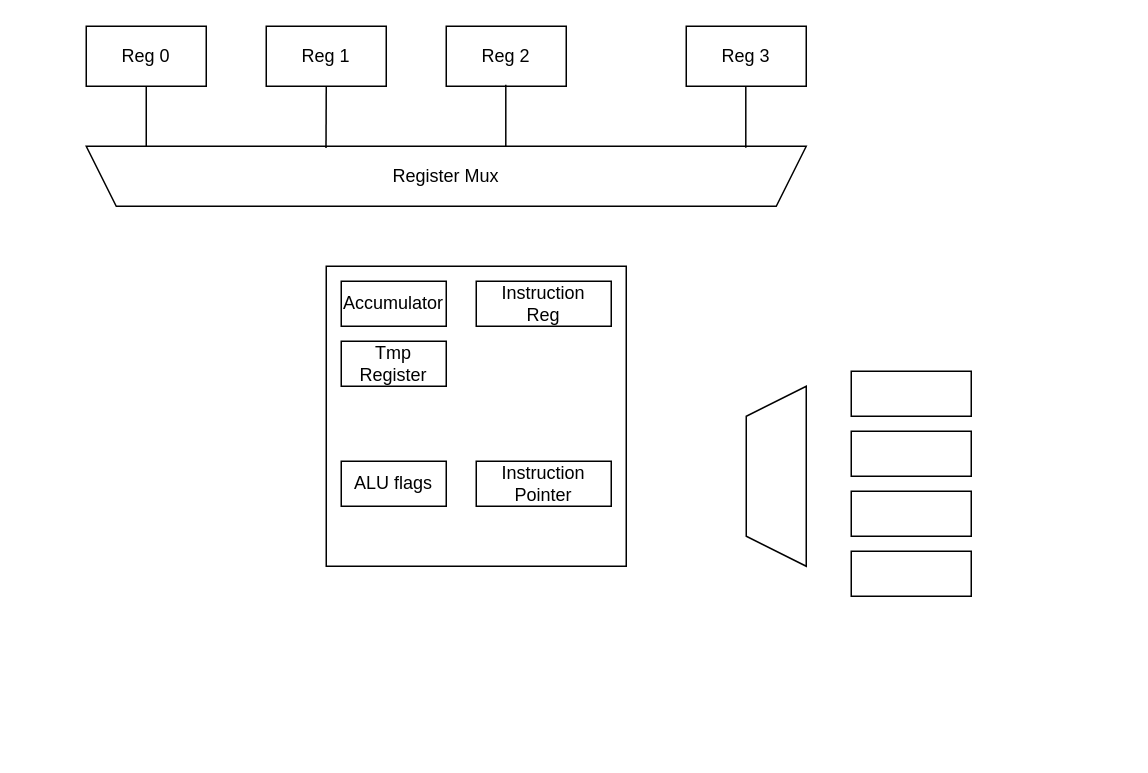
Before: Untitled Diagram.drawio in raghunadh-111/nibbler-cpu-sv, a draw.io diagram. Source tidied: cells renumbered, new cells numbered last; positions are measured from the earlier drawing's top-left corner, leaving out a move shared by most shapes. Both pictures are drawn from the tidied source at 150%, with x=0, y=0 at pixel (86, 26).
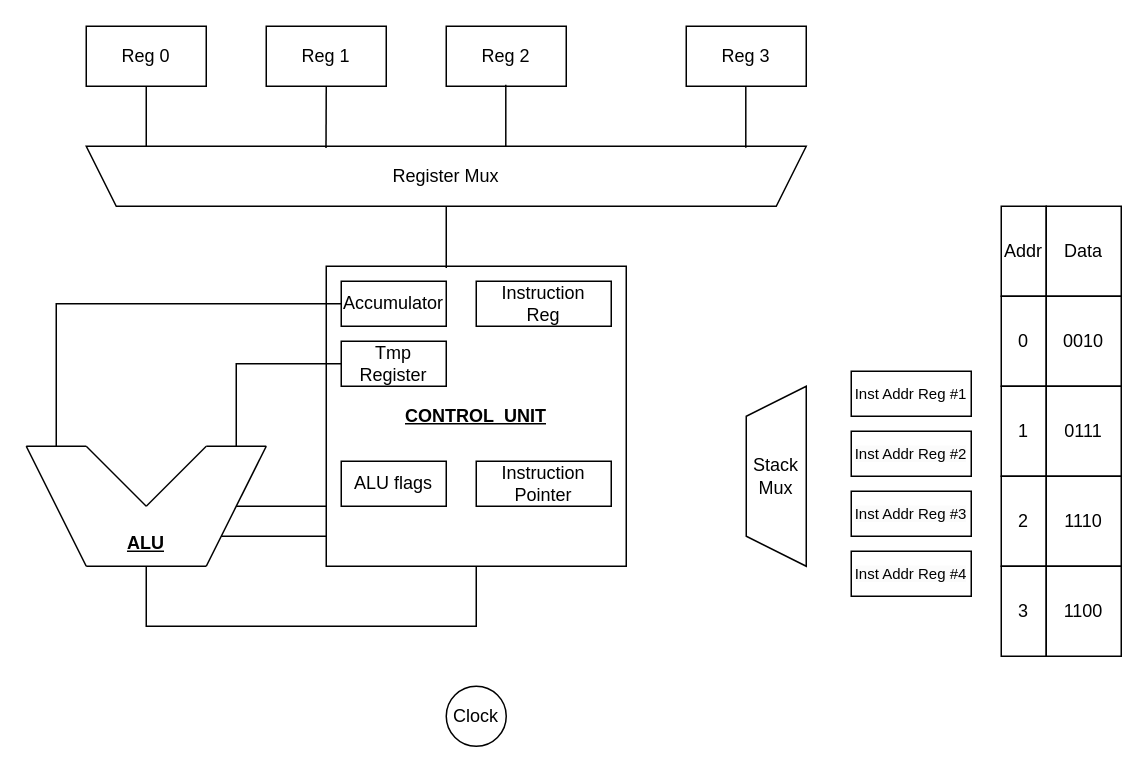
The same diagram, later.

The change refers to these unchanged cells:
```xml
<mxCell id="12" value="Accumulator" style="rounded=0;whiteSpace=wrap;html=1;" parent="1" vertex="1">
  <mxGeometry x="170" y="170" width="70" height="30" as="geometry" />
</mxCell>
<mxCell id="13" value="Tmp Register" style="rounded=0;whiteSpace=wrap;html=1;" parent="1" vertex="1">
  <mxGeometry x="170" y="210" width="70" height="30" as="geometry" />
</mxCell>
```

Change to the diagram source:
```diff
@@
-    <mxCell id="11" style="whiteSpace=wrap;html=1;" parent="1" vertex="1">
+    <mxCell id="11" value="&lt;b&gt;&lt;u&gt;CONTROL&amp;nbsp; UNIT&lt;/u&gt;&lt;/b&gt;" style="whiteSpace=wrap;html=1;" parent="1" vertex="1">
       <mxGeometry x="160" y="160" width="200" height="200" as="geometry" />
     </mxCell>
@@
-    <mxCell id="17" style="shape=trapezoid;perimeter=trapezoidPerimeter;whiteSpace=wrap;html=1;fixedSize=1;direction=north;" parent="1" vertex="1">
+    <mxCell id="17" value="Stack Mux" style="shape=trapezoid;perimeter=trapezoidPerimeter;whiteSpace=wrap;html=1;fixedSize=1;direction=north;" parent="1" vertex="1">
       <mxGeometry x="440" y="240" width="40" height="120" as="geometry" />
     </mxCell>
-    <mxCell id="18" style="rounded=0;whiteSpace=wrap;html=1;" parent="1" vertex="1">
+    <mxCell id="18" value="&lt;font style=&quot;font-size: 10px;&quot;&gt;Inst Addr Reg #1&lt;/font&gt;" style="rounded=0;whiteSpace=wrap;html=1;" parent="1" vertex="1">
       <mxGeometry x="510" y="230" width="80" height="30" as="geometry" />
     </mxCell>
-    <mxCell id="19" style="rounded=0;whiteSpace=wrap;html=1;" parent="1" vertex="1">
+    <mxCell id="19" value="&lt;br&gt;&lt;span style=&quot;color: rgb(0, 0, 0); font-family: Helvetica; font-size: 10px; font-style: normal; font-variant-ligatures: normal; font-variant-caps: normal; font-weight: 400; letter-spacing: normal; orphans: 2; text-align: center; text-indent: 0px; text-transform: none; widows: 2; word-spacing: 0px; -webkit-text-stroke-width: 0px; white-space: normal; background-color: rgb(251, 251, 251); text-decoration-thickness: initial; text-decoration-style: initial; text-decoration-color: initial; display: inline !important; float: none;&quot;&gt;Inst Addr Reg #2&lt;/span&gt;&lt;div&gt;&lt;br/&gt;&lt;/div&gt;" style="rounded=0;whiteSpace=wrap;html=1;" parent="1" vertex="1">
       <mxGeometry x="510" y="270" width="80" height="30" as="geometry" />
     </mxCell>
-    <mxCell id="20" style="rounded=0;whiteSpace=wrap;html=1;" parent="1" vertex="1">
+    <mxCell id="20" value="&lt;br&gt;&lt;span style=&quot;color: rgb(0, 0, 0); font-family: Helvetica; font-size: 10px; font-style: normal; font-variant-ligatures: normal; font-variant-caps: normal; font-weight: 400; letter-spacing: normal; orphans: 2; text-align: center; text-indent: 0px; text-transform: none; widows: 2; word-spacing: 0px; -webkit-text-stroke-width: 0px; white-space: normal; background-color: rgb(251, 251, 251); text-decoration-thickness: initial; text-decoration-style: initial; text-decoration-color: initial; display: inline !important; float: none;&quot;&gt;Inst Addr Reg #3&lt;/span&gt;&lt;div&gt;&lt;br/&gt;&lt;/div&gt;" style="rounded=0;whiteSpace=wrap;html=1;" parent="1" vertex="1">
       <mxGeometry x="510" y="310" width="80" height="30" as="geometry" />
     </mxCell>
-    <mxCell id="21" style="rounded=0;whiteSpace=wrap;html=1;" parent="1" vertex="1">
+    <mxCell id="21" value="&lt;br&gt;&lt;span style=&quot;color: rgb(0, 0, 0); font-family: Helvetica; font-size: 10px; font-style: normal; font-variant-ligatures: normal; font-variant-caps: normal; font-weight: 400; letter-spacing: normal; orphans: 2; text-align: center; text-indent: 0px; text-transform: none; widows: 2; word-spacing: 0px; -webkit-text-stroke-width: 0px; white-space: normal; background-color: rgb(251, 251, 251); text-decoration-thickness: initial; text-decoration-style: initial; text-decoration-color: initial; display: inline !important; float: none;&quot;&gt;Inst Addr Reg #4&lt;/span&gt;&lt;div&gt;&lt;br/&gt;&lt;/div&gt;" style="rounded=0;whiteSpace=wrap;html=1;" parent="1" vertex="1">
       <mxGeometry x="510" y="350" width="80" height="30" as="geometry" />
     </mxCell>
+    <mxCell id="22" style="endArrow=none;html=1;rounded=0;exitX=0.2;exitY=0.006;exitDx=0;exitDy=0;exitPerimeter=0;" parent="1" edge="1">
+      <mxGeometry relative="1" as="geometry">
+        <mxPoint x="240" y="161.2" as="sourcePoint" />
+        <mxPoint x="240" y="120" as="targetPoint" />
+      </mxGeometry>
+    </mxCell>
+    <mxCell id="23" value="Addr" style="rounded=0;whiteSpace=wrap;html=1;" parent="1" vertex="1">
+      <mxGeometry x="610" y="120" width="30" height="60" as="geometry" />
+    </mxCell>
+    <mxCell id="24" value="Data" style="rounded=0;whiteSpace=wrap;html=1;" parent="1" vertex="1">
+      <mxGeometry x="640" y="120" width="50" height="60" as="geometry" />
+    </mxCell>
+    <mxCell id="25" value="0" style="rounded=0;whiteSpace=wrap;html=1;" parent="1" vertex="1">
+      <mxGeometry x="610" y="180" width="30" height="60" as="geometry" />
+    </mxCell>
+    <mxCell id="26" value="0010" style="rounded=0;whiteSpace=wrap;html=1;" parent="1" vertex="1">
+      <mxGeometry x="640" y="180" width="50" height="60" as="geometry" />
+    </mxCell>
+    <mxCell id="27" value="1" style="rounded=0;whiteSpace=wrap;html=1;" parent="1" vertex="1">
+      <mxGeometry x="610" y="240" width="30" height="60" as="geometry" />
+    </mxCell>
+    <mxCell id="28" value="0111" style="rounded=0;whiteSpace=wrap;html=1;" parent="1" vertex="1">
+      <mxGeometry x="640" y="240" width="50" height="60" as="geometry" />
+    </mxCell>
+    <mxCell id="29" value="2" style="rounded=0;whiteSpace=wrap;html=1;" parent="1" vertex="1">
+      <mxGeometry x="610" y="300" width="30" height="60" as="geometry" />
+    </mxCell>
+    <mxCell id="30" value="1110" style="rounded=0;whiteSpace=wrap;html=1;" parent="1" vertex="1">
+      <mxGeometry x="640" y="300" width="50" height="60" as="geometry" />
+    </mxCell>
+    <mxCell id="31" value="3" style="rounded=0;whiteSpace=wrap;html=1;" parent="1" vertex="1">
+      <mxGeometry x="610" y="360" width="30" height="60" as="geometry" />
+    </mxCell>
+    <mxCell id="32" value="1100" style="rounded=0;whiteSpace=wrap;html=1;" parent="1" vertex="1">
+      <mxGeometry x="640" y="360" width="50" height="60" as="geometry" />
+    </mxCell>
+    <mxCell id="33" style="endArrow=none;html=1;rounded=0;" parent="1" edge="1">
+      <mxGeometry relative="1" as="geometry">
+        <mxPoint y="360" as="sourcePoint" />
+        <mxPoint x="-40" y="280" as="targetPoint" />
+      </mxGeometry>
+    </mxCell>
+    <mxCell id="34" style="endArrow=none;html=1;rounded=0;" parent="1" edge="1">
+      <mxGeometry relative="1" as="geometry">
+        <mxPoint x="80" y="360" as="sourcePoint" />
+        <mxPoint x="120" y="280" as="targetPoint" />
+      </mxGeometry>
+    </mxCell>
+    <mxCell id="35" style="endArrow=none;html=1;rounded=0;" parent="1" edge="1">
+      <mxGeometry relative="1" as="geometry">
+        <mxPoint x="-40" y="280" as="sourcePoint" />
+        <mxPoint y="280" as="targetPoint" />
+      </mxGeometry>
+    </mxCell>
+    <mxCell id="36" style="endArrow=none;html=1;rounded=0;" parent="1" edge="1">
+      <mxGeometry relative="1" as="geometry">
+        <mxPoint y="360" as="sourcePoint" />
+        <mxPoint x="80" y="360" as="targetPoint" />
+      </mxGeometry>
+    </mxCell>
+    <mxCell id="37" style="endArrow=none;html=1;rounded=0;" parent="1" edge="1">
+      <mxGeometry relative="1" as="geometry">
+        <mxPoint x="80" y="280" as="sourcePoint" />
+        <mxPoint x="120" y="280" as="targetPoint" />
+      </mxGeometry>
+    </mxCell>
+    <mxCell id="38" style="endArrow=none;html=1;rounded=0;" parent="1" edge="1">
+      <mxGeometry relative="1" as="geometry">
+        <mxPoint x="40" y="320" as="sourcePoint" />
+        <mxPoint y="280" as="targetPoint" />
+      </mxGeometry>
+    </mxCell>
+    <mxCell id="39" style="endArrow=none;html=1;rounded=0;" parent="1" edge="1">
+      <mxGeometry relative="1" as="geometry">
+        <mxPoint x="40" y="320" as="sourcePoint" />
+        <mxPoint x="80" y="280" as="targetPoint" />
+      </mxGeometry>
+    </mxCell>
+    <mxCell id="40" value="&lt;b&gt;&lt;u&gt;ALU&lt;/u&gt;&lt;/b&gt;" style="text;html=1;align=center;verticalAlign=middle;whiteSpace=wrap;rounded=0;" parent="1" vertex="1">
+      <mxGeometry x="10" y="330" width="60" height="30" as="geometry" />
+    </mxCell>
+    <mxCell id="41" value="Clock" style="ellipse;whiteSpace=wrap;html=1;" parent="1" vertex="1">
+      <mxGeometry x="240" y="440" width="40" height="40" as="geometry" />
+    </mxCell>
+    <mxCell id="42" style="endArrow=none;html=1;rounded=0;" parent="1" edge="1">
+      <mxGeometry relative="1" as="geometry">
+        <mxPoint x="90" y="340" as="sourcePoint" />
+        <mxPoint x="160" y="340" as="targetPoint" />
+      </mxGeometry>
+    </mxCell>
+    <mxCell id="43" style="endArrow=none;html=1;rounded=0;" parent="1" edge="1">
+      <mxGeometry relative="1" as="geometry">
+        <mxPoint x="100" y="320" as="sourcePoint" />
+        <mxPoint x="160" y="320" as="targetPoint" />
+      </mxGeometry>
+    </mxCell>
+    <mxCell id="44" style="endArrow=none;html=1;rounded=0;exitX=0.5;exitY=1;exitDx=0;exitDy=0;" parent="1" edge="1" source="11">
+      <mxGeometry relative="1" as="geometry">
+        <mxPoint x="40" y="360" as="targetPoint" />
+        <Array as="points">
+          <mxPoint x="260" y="400" />
+          <mxPoint x="150" y="400" />
+          <mxPoint x="40" y="400" />
+        </Array>
+      </mxGeometry>
+    </mxCell>
+    <mxCell id="45" style="endArrow=none;html=1;rounded=0;entryX=0;entryY=0.5;entryDx=0;entryDy=0;" parent="1" edge="1" target="12">
+      <mxGeometry relative="1" as="geometry">
+        <mxPoint x="-20" y="280" as="sourcePoint" />
+        <Array as="points">
+          <mxPoint x="-20" y="185" />
+        </Array>
+      </mxGeometry>
+    </mxCell>
+    <mxCell id="46" style="endArrow=none;html=1;rounded=0;entryX=0;entryY=0.5;entryDx=0;entryDy=0;" parent="1" edge="1" target="13">
+      <mxGeometry relative="1" as="geometry">
+        <mxPoint x="100" y="280" as="sourcePoint" />
+        <Array as="points">
+          <mxPoint x="100" y="225" />
+        </Array>
+      </mxGeometry>
+    </mxCell>
```
